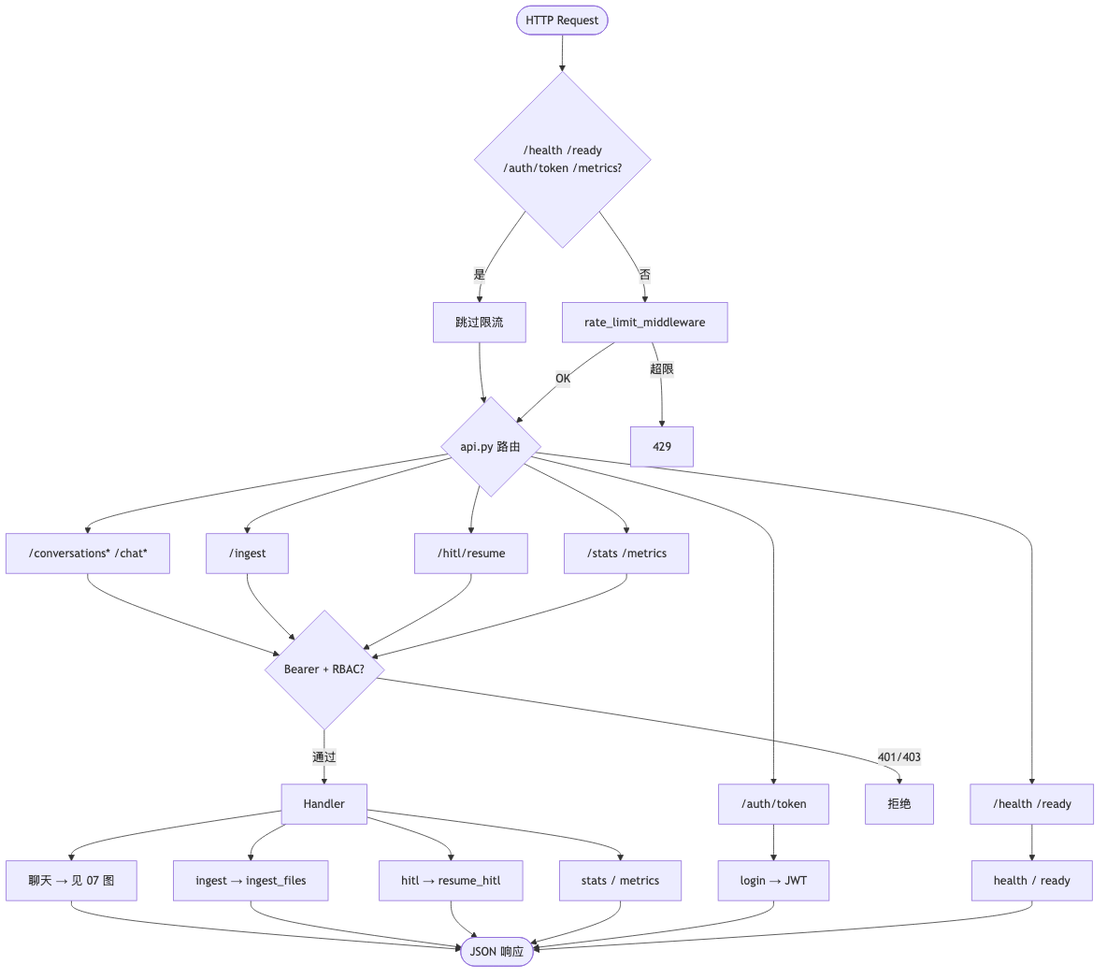
Earlier version of the Mermaid export project_00_rag_agent/docs/diagrams/04_http_gateway.png (charlie-chann/ai-agent-langgraph-main). Its source is kept beside it as project_00_rag_agent/docs/diagrams/source/04_http_gateway.mmd.
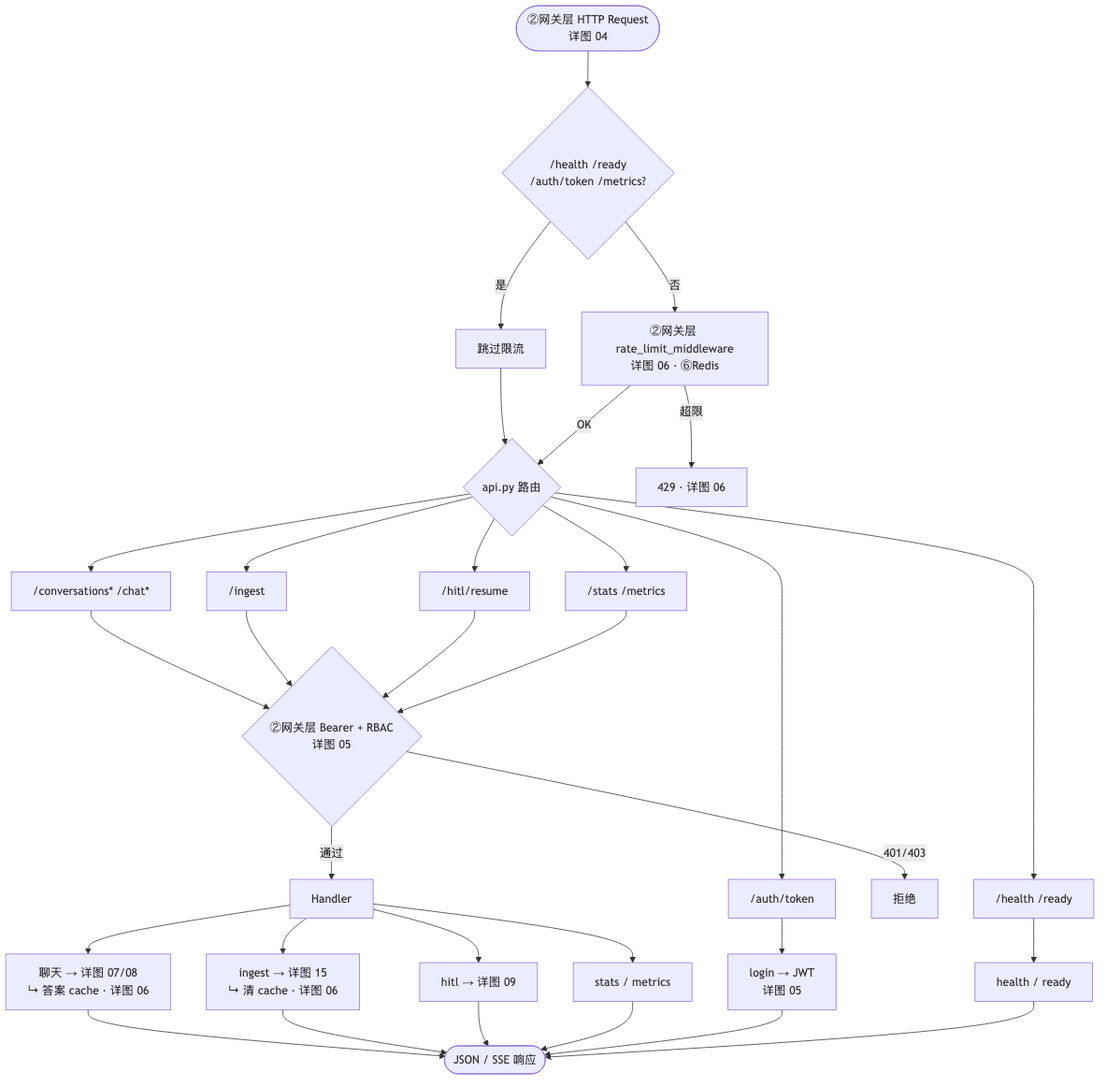
After the change.

What changed in the source:
```diff
@@ -1,10 +1,10 @@
 flowchart TD
-    REQ([HTTP Request]) --> SKIP{/health /ready<br/>/auth/token /metrics?}
+    REQ(["②网关层 HTTP Request<br/>详图 04"]) --> SKIP{/health /ready<br/>/auth/token /metrics?}
     SKIP -->|是| PASS[跳过限流]
-    SKIP -->|否| RL[rate_limit_middleware]
+    SKIP -->|否| RL["②网关层 rate_limit_middleware<br/>详图 06 · ⑥Redis"]
 
     PASS --> ROUTE
-    RL -->|超限| E429[429]
+    RL -->|超限| E429[429 · 详图 06]
     RL -->|OK| ROUTE{api.py 路由}
 
     ROUTE --> AUTH["/auth/token"]
@@ -14,7 +14,7 @@
     ROUTE --> OPS_PUB["/health /ready"]
     ROUTE --> OPS_AUTH["/stats /metrics"]
 
-    AUTH --> H1[login → JWT]
+    AUTH --> H1["login → JWT<br/>详图 05"]
 
     CHAT --> JWT
     INGEST --> JWT
@@ -23,18 +23,19 @@
 
     OPS_PUB --> H_OPS[health / ready]
 
-    JWT{Bearer + RBAC?}
+    JWT{"②网关层 Bearer + RBAC<br/>详图 05"}
     JWT -->|401/403| ERR[拒绝]
     JWT -->|通过| H2[Handler]
 
-    H2 --> T1["聊天 → 见 07 图"]
-    H2 --> T2[ingest → ingest_files]
-    H2 --> T3[hitl → resume_hitl]
+    H2 --> T1["聊天 → 详图 07/08<br/>↳ 答案 cache · 详图 06"]
+    H2 --> T2["ingest → 详图 15<br/>↳ 清 cache · 详图 06"]
+    H2 --> T3["hitl → 详图 09"]
     H2 --> T4[stats / metrics]
 
-    T1 --> OUT([JSON 响应])
+    T1 --> OUT([JSON / SSE 响应])
     T2 --> OUT
     T3 --> OUT
     T4 --> OUT
     H1 --> OUT
     H_OPS --> OUT
+
```
